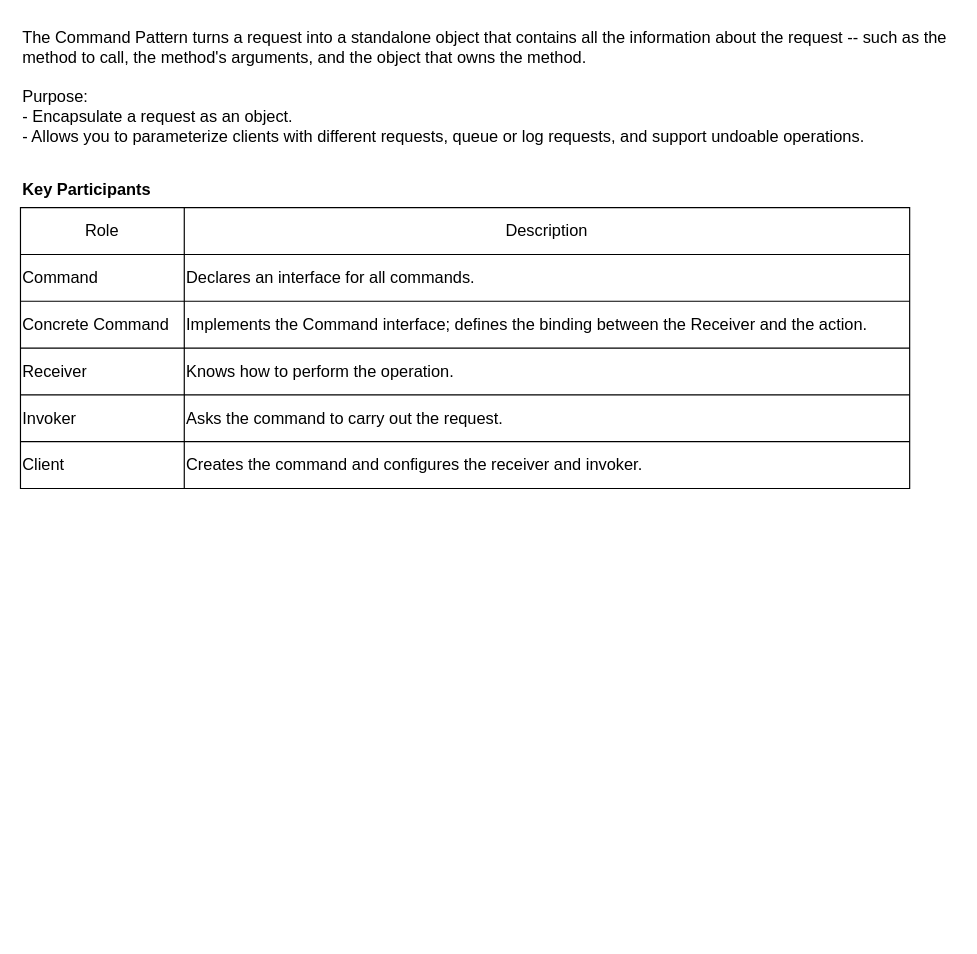
Before: Command_DesignPattern.drawio in tyk1hc/drawio, a draw.io diagram. Source tidied: cells renumbered, new cells numbered last; positions are measured from the earlier drawing's top-left corner, leaving out a move shared by most shapes. Both pictures are drawn from the tidied source at 117%, with x=0, y=0 at pixel (20, 20).
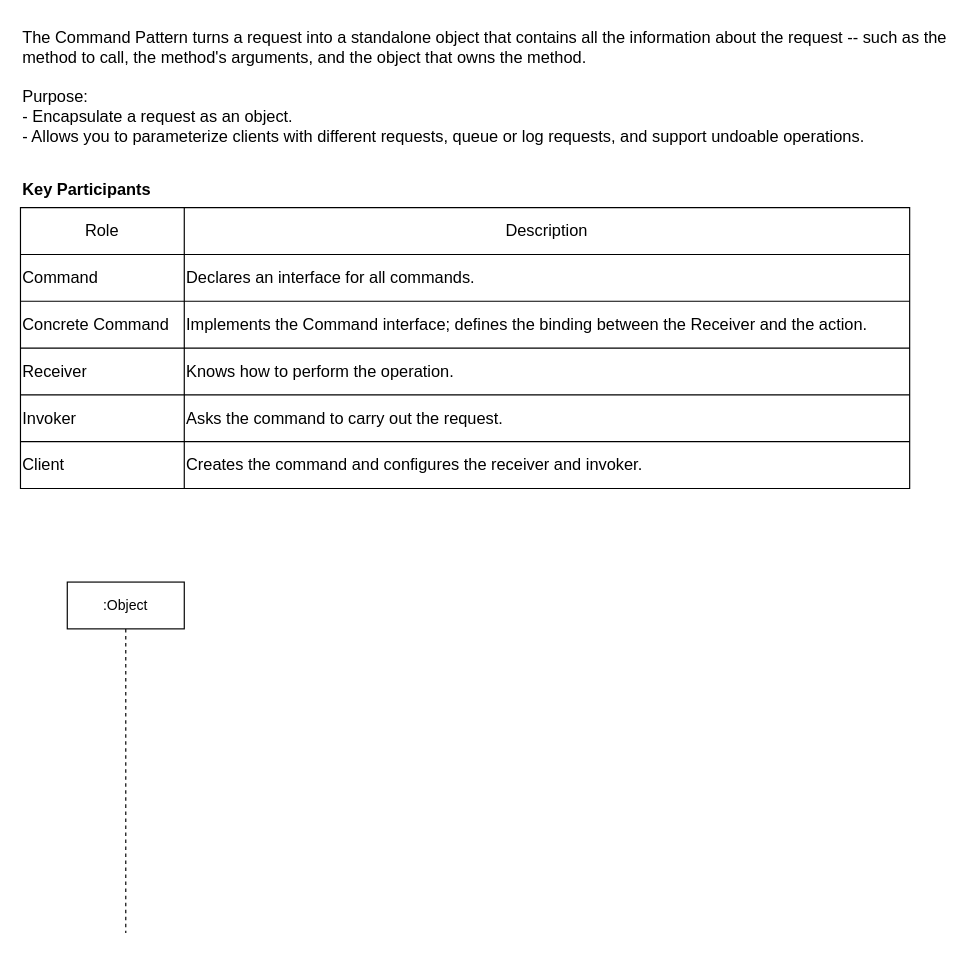
Above is the later version.

What changed in the source:
```diff
@@
+    <mxCell id="23" value=":Object" style="shape=umlLifeline;perimeter=lifelinePerimeter;whiteSpace=wrap;html=1;newEdgeStyle={&quot;curved&quot;:0,&quot;rounded&quot;:0};" parent="1" vertex="1">
+      <mxGeometry x="40" y="480" width="100" height="300" as="geometry" />
+    </mxCell>
```
